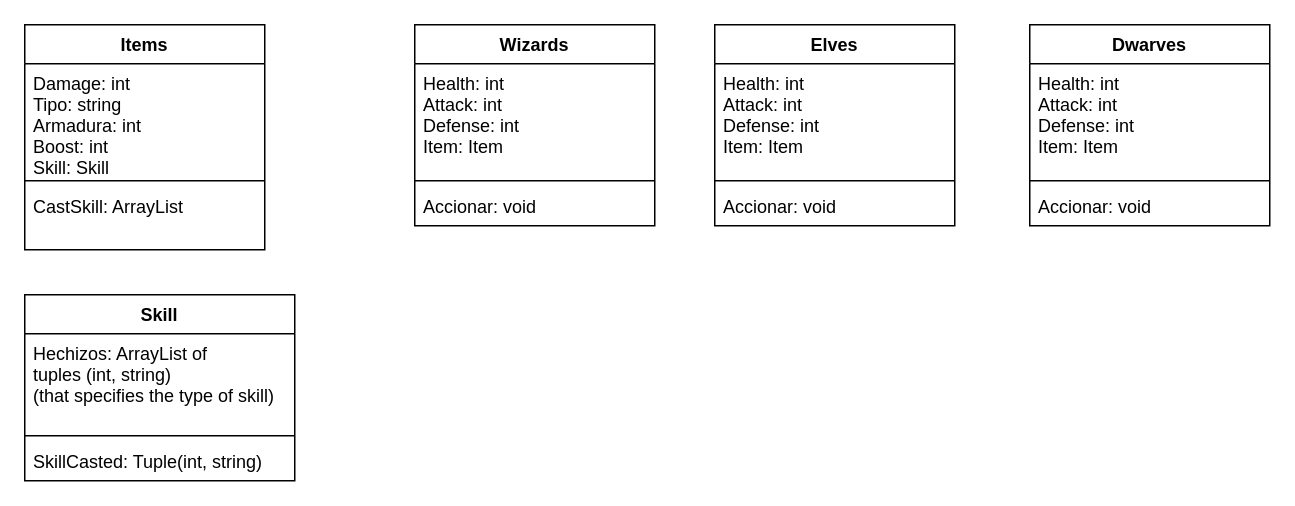
Earlier version of the draw.io diagram Assets/Clases.drawio (SanFerri/RoleplayGame). Source tidied: cells renumbered, new cells numbered last; positions are measured from the earlier drawing's top-left corner, leaving out a move shared by most shapes. Both pictures are drawn from the tidied source at 150%, with x=0, y=0 at pixel (24, 24).
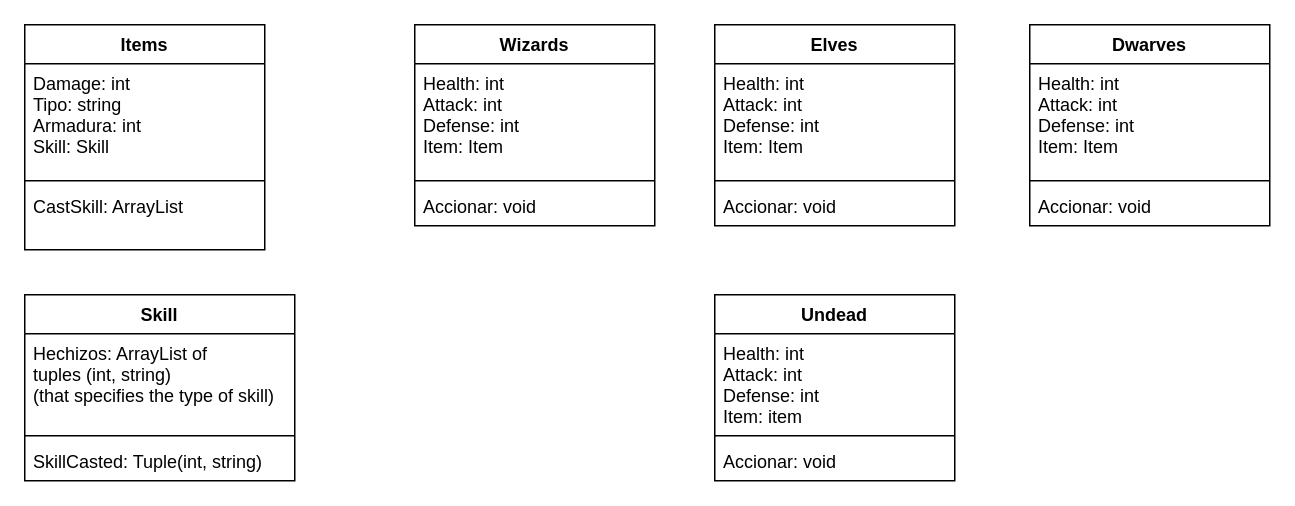
The same diagram, later.

Commit message (it also covers changes not shown here):
Wizard-Skill-Items

The change refers to these unchanged cells:
```xml
<mxCell id="2" value="Items" style="swimlane;fontStyle=1;align=center;verticalAlign=top;horizontal=1;startSize=26;" parent="1" vertex="1">
  <mxGeometry width="160" height="150" as="geometry" />
</mxCell>
```

What changed in the source:
```diff
@@
-    <mxCell id="3" value="Damage: int&#10;Tipo: string&#10;Armadura: int&#10;Boost: int&#10;Skill: Skill" style="text;strokeColor=none;fillColor=none;align=left;verticalAlign=top;spacingLeft=4;spacingRight=4;overflow=hidden;" parent="2" vertex="1">
+    <mxCell id="3" value="Damage: int&#10;Tipo: string&#10;Armadura: int&#10;Skill: Skill" style="text;strokeColor=none;fillColor=none;align=left;verticalAlign=top;spacingLeft=4;spacingRight=4;overflow=hidden;" parent="2" vertex="1">
       <mxGeometry y="26" width="160" height="74" as="geometry" />
     </mxCell>
@@
+    <mxCell id="22" value="Undead" style="swimlane;fontStyle=1;align=center;verticalAlign=top;horizontal=1;startSize=26;" parent="1" vertex="1">
+      <mxGeometry x="460" y="180" width="160" height="124" as="geometry" />
+    </mxCell>
+    <mxCell id="23" value="Health: int&#10;Attack: int&#10;Defense: int&#10;Item: item" style="text;strokeColor=none;fillColor=none;align=left;verticalAlign=top;spacingLeft=4;spacingRight=4;overflow=hidden;" parent="22" vertex="1">
+      <mxGeometry y="26" width="160" height="64" as="geometry" />
+    </mxCell>
+    <mxCell id="24" style="line;strokeWidth=1;fillColor=none;align=left;verticalAlign=middle;spacingTop=-1;spacingLeft=3;spacingRight=3;labelPosition=right;" parent="22" vertex="1">
+      <mxGeometry y="90" width="160" height="8" as="geometry" />
+    </mxCell>
+    <mxCell id="25" value="Accionar: void" style="text;strokeColor=none;fillColor=none;align=left;verticalAlign=top;spacingLeft=4;spacingRight=4;overflow=hidden;" parent="22" vertex="1">
+      <mxGeometry y="98" width="160" height="26" as="geometry" />
+    </mxCell>
```
